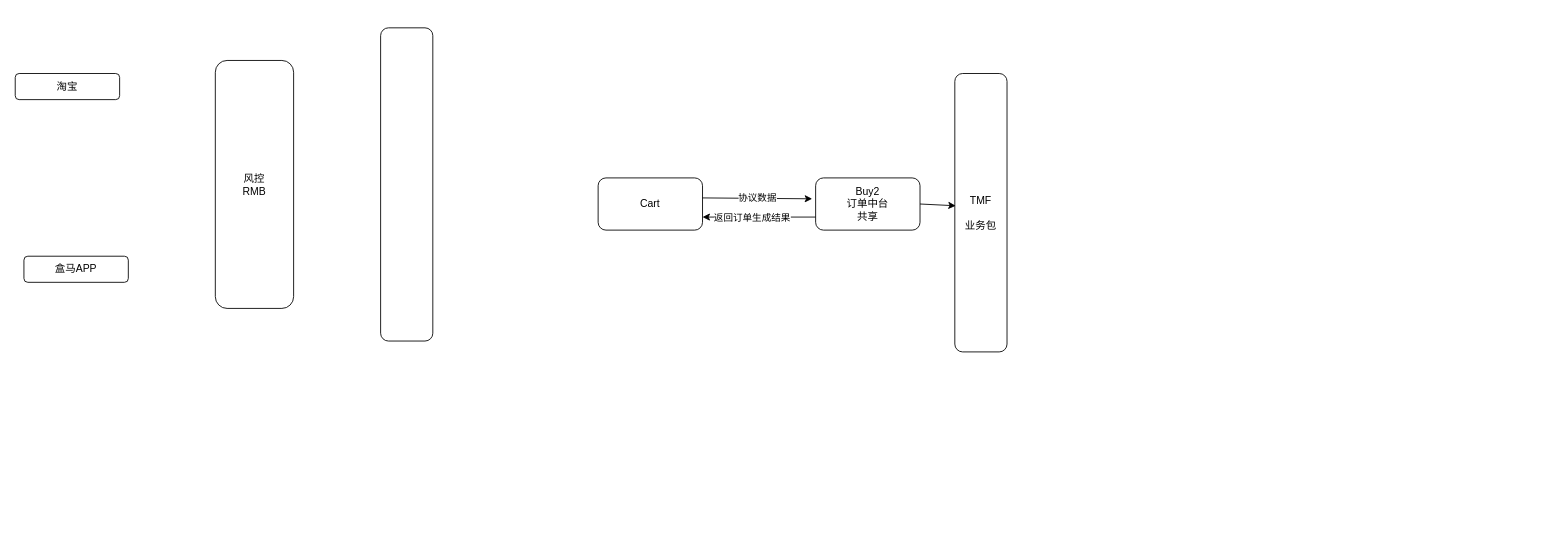
Above: 未命名绘图.drawio in xiajie19921227/CodeTrain (draw.io), before the change. Source tidied: cells renumbered, new cells numbered last; positions are measured from the earlier drawing's top-left corner, leaving out a move shared by most shapes. Both pictures are drawn from the tidied source at 87%, with x=0, y=0 at pixel (15, 28).
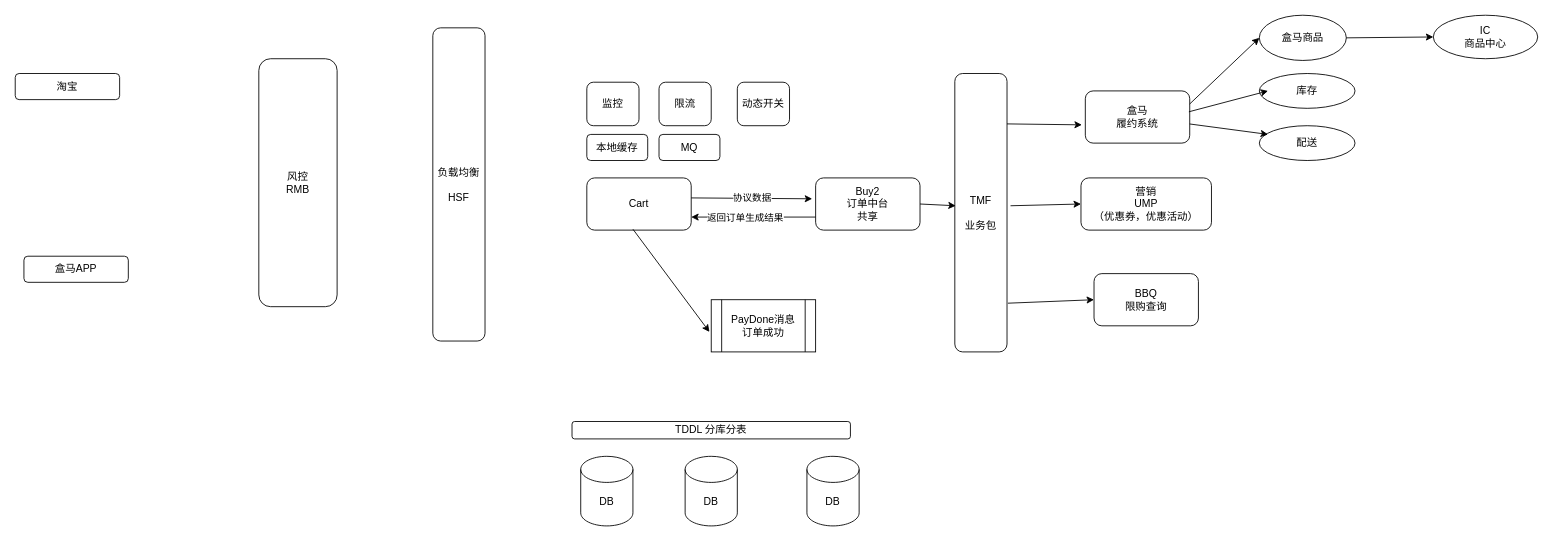
The same diagram, later.

The change refers to these unchanged cells:
```xml
<mxCell id="8" value="TMF&lt;br&gt;&lt;br&gt;业务包&lt;br&gt;" style="rounded=1;whiteSpace=wrap;html=1;" parent="1" vertex="1">
  <mxGeometry x="1080" y="52" width="60" height="320" as="geometry" />
</mxCell>
```

Change to the diagram source:
```diff
@@
     <mxCell id="4" value="风控&lt;br&gt;RMB" style="rounded=1;whiteSpace=wrap;html=1;" parent="1" vertex="1">
-      <mxGeometry x="230" y="37" width="90" height="285" as="geometry" />
+      <mxGeometry x="280" y="35" width="90" height="285" as="geometry" />
     </mxCell>
-    <mxCell id="5" style="rounded=1;whiteSpace=wrap;html=1;" parent="1" vertex="1">
-      <mxGeometry x="420" y="-0.5" width="60" height="360" as="geometry" />
+    <mxCell id="5" value="负载均衡&lt;br&gt;&lt;br&gt;HSF" style="rounded=1;whiteSpace=wrap;html=1;" parent="1" vertex="1">
+      <mxGeometry x="480" y="-0.5" width="60" height="360" as="geometry" />
     </mxCell>
     <mxCell id="6" value="Cart" style="rounded=1;whiteSpace=wrap;html=1;" parent="1" vertex="1">
-      <mxGeometry x="670" y="172" width="120" height="60" as="geometry" />
+      <mxGeometry x="657" y="172" width="120" height="60" as="geometry" />
     </mxCell>
@@
+    <mxCell id="13" value="盒马&lt;br&gt;履约系统" style="rounded=1;whiteSpace=wrap;html=1;" parent="1" vertex="1">
+      <mxGeometry x="1230" y="72" width="120" height="60" as="geometry" />
+    </mxCell>
+    <mxCell id="14" style="endArrow=classic;html=1;exitX=1;exitY=0.181;exitDx=0;exitDy=0;exitPerimeter=0;entryX=-0.033;entryY=0.65;entryDx=0;entryDy=0;entryPerimeter=0;" parent="1" edge="1" source="8" target="13">
+      <mxGeometry relative="1" as="geometry" />
+    </mxCell>
+    <mxCell id="15" value="盒马商品" style="ellipse;whiteSpace=wrap;html=1;" parent="1" vertex="1">
+      <mxGeometry x="1430" y="-15" width="100" height="52" as="geometry" />
+    </mxCell>
+    <mxCell id="16" value="库存" style="ellipse;whiteSpace=wrap;html=1;" parent="1" vertex="1">
+      <mxGeometry x="1430" y="52" width="110" height="40" as="geometry" />
+    </mxCell>
+    <mxCell id="17" value="配送" style="ellipse;whiteSpace=wrap;html=1;" parent="1" vertex="1">
+      <mxGeometry x="1430" y="112" width="110" height="40" as="geometry" />
+    </mxCell>
+    <mxCell id="18" style="endArrow=classic;html=1;exitX=1;exitY=0.25;exitDx=0;exitDy=0;entryX=0;entryY=0.5;entryDx=0;entryDy=0;" parent="1" edge="1" source="13" target="15">
+      <mxGeometry relative="1" as="geometry" />
+    </mxCell>
+    <mxCell id="19" style="endArrow=classic;html=1;exitX=0.992;exitY=0.4;exitDx=0;exitDy=0;exitPerimeter=0;" parent="1" edge="1" source="13">
+      <mxGeometry relative="1" as="geometry">
+        <mxPoint x="1440" y="72" as="targetPoint" />
+      </mxGeometry>
+    </mxCell>
+    <mxCell id="20" style="endArrow=classic;html=1;entryX=0.091;entryY=0.25;entryDx=0;entryDy=0;entryPerimeter=0;" parent="1" edge="1" source="13" target="17">
+      <mxGeometry relative="1" as="geometry" />
+    </mxCell>
+    <mxCell id="21" value="IC&lt;br&gt;商品中心" style="ellipse;whiteSpace=wrap;html=1;" parent="1" vertex="1">
+      <mxGeometry x="1630" y="-15" width="120" height="50" as="geometry" />
+    </mxCell>
+    <mxCell id="22" style="endArrow=classic;html=1;exitX=1;exitY=0.5;exitDx=0;exitDy=0;entryX=0;entryY=0.5;entryDx=0;entryDy=0;" parent="1" edge="1" source="15" target="21">
+      <mxGeometry relative="1" as="geometry" />
+    </mxCell>
+    <mxCell id="23" value="营销&lt;br&gt;UMP&lt;br&gt;（优惠券，优惠活动）" style="rounded=1;whiteSpace=wrap;html=1;" parent="1" vertex="1">
+      <mxGeometry x="1225" y="172" width="150" height="60" as="geometry" />
+    </mxCell>
+    <mxCell id="24" style="endArrow=classic;html=1;exitX=1.067;exitY=0.475;exitDx=0;exitDy=0;exitPerimeter=0;entryX=0;entryY=0.5;entryDx=0;entryDy=0;" parent="1" edge="1" source="8" target="23">
+      <mxGeometry relative="1" as="geometry" />
+    </mxCell>
+    <mxCell id="25" value="BBQ&lt;br&gt;限购查询" style="rounded=1;whiteSpace=wrap;html=1;" parent="1" vertex="1">
+      <mxGeometry x="1240" y="282" width="120" height="60" as="geometry" />
+    </mxCell>
+    <mxCell id="26" style="endArrow=classic;html=1;exitX=1.017;exitY=0.825;exitDx=0;exitDy=0;exitPerimeter=0;entryX=0;entryY=0.5;entryDx=0;entryDy=0;" parent="1" edge="1" source="8" target="25">
+      <mxGeometry relative="1" as="geometry" />
+    </mxCell>
+    <mxCell id="27" value="PayDone消息&lt;br&gt;订单成功" style="shape=process;whiteSpace=wrap;html=1;backgroundOutline=1;" parent="1" vertex="1">
+      <mxGeometry x="800" y="312" width="120" height="60" as="geometry" />
+    </mxCell>
+    <mxCell id="28" style="endArrow=classic;html=1;exitX=0.442;exitY=0.983;exitDx=0;exitDy=0;exitPerimeter=0;entryX=-0.017;entryY=0.617;entryDx=0;entryDy=0;entryPerimeter=0;" parent="1" edge="1" source="6" target="27">
+      <mxGeometry relative="1" as="geometry" />
+    </mxCell>
+    <mxCell id="29" value="监控" style="rounded=1;whiteSpace=wrap;html=1;" parent="1" vertex="1">
+      <mxGeometry x="657" y="62" width="60" height="50" as="geometry" />
+    </mxCell>
+    <mxCell id="30" value="限流" style="rounded=1;whiteSpace=wrap;html=1;" parent="1" vertex="1">
+      <mxGeometry x="740" y="62" width="60" height="50" as="geometry" />
+    </mxCell>
+    <mxCell id="31" value="动态开关" style="rounded=1;whiteSpace=wrap;html=1;" parent="1" vertex="1">
+      <mxGeometry x="830" y="62" width="60" height="50" as="geometry" />
+    </mxCell>
+    <mxCell id="32" value="DB" style="shape=cylinder3;whiteSpace=wrap;html=1;boundedLbl=1;backgroundOutline=1;size=15;" parent="1" vertex="1">
+      <mxGeometry x="650" y="492" width="60" height="80" as="geometry" />
+    </mxCell>
+    <mxCell id="33" value="DB" style="shape=cylinder3;whiteSpace=wrap;html=1;boundedLbl=1;backgroundOutline=1;size=15;" parent="1" vertex="1">
+      <mxGeometry x="770" y="492" width="60" height="80" as="geometry" />
+    </mxCell>
+    <mxCell id="34" value="DB" style="shape=cylinder3;whiteSpace=wrap;html=1;boundedLbl=1;backgroundOutline=1;size=15;" parent="1" vertex="1">
+      <mxGeometry x="910" y="492" width="60" height="80" as="geometry" />
+    </mxCell>
+    <mxCell id="35" value="TDDL 分库分表" style="rounded=1;whiteSpace=wrap;html=1;" parent="1" vertex="1">
+      <mxGeometry x="640" y="452" width="320" height="20" as="geometry" />
+    </mxCell>
+    <mxCell id="36" value="本地缓存" style="rounded=1;whiteSpace=wrap;html=1;" parent="1" vertex="1">
+      <mxGeometry x="657" y="122" width="70" height="30" as="geometry" />
+    </mxCell>
+    <mxCell id="37" value="MQ" style="rounded=1;whiteSpace=wrap;html=1;" parent="1" vertex="1">
+      <mxGeometry x="740" y="122" width="70" height="30" as="geometry" />
+    </mxCell>
```
